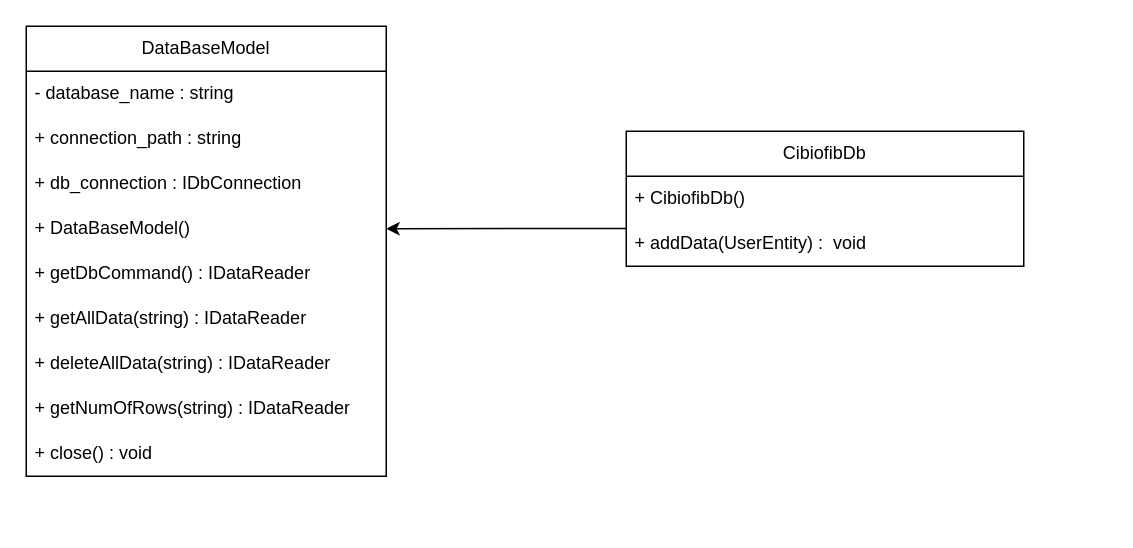
This is document/images/diagram-db.drawio from lcasan/Thesis, a draw.io file, before an edit. Source tidied: cells renumbered, new cells numbered last; positions are measured from the earlier drawing's top-left corner, leaving out a move shared by most shapes. Both pictures are drawn from the tidied source at 150%, with x=0, y=0 at pixel (26, 26).
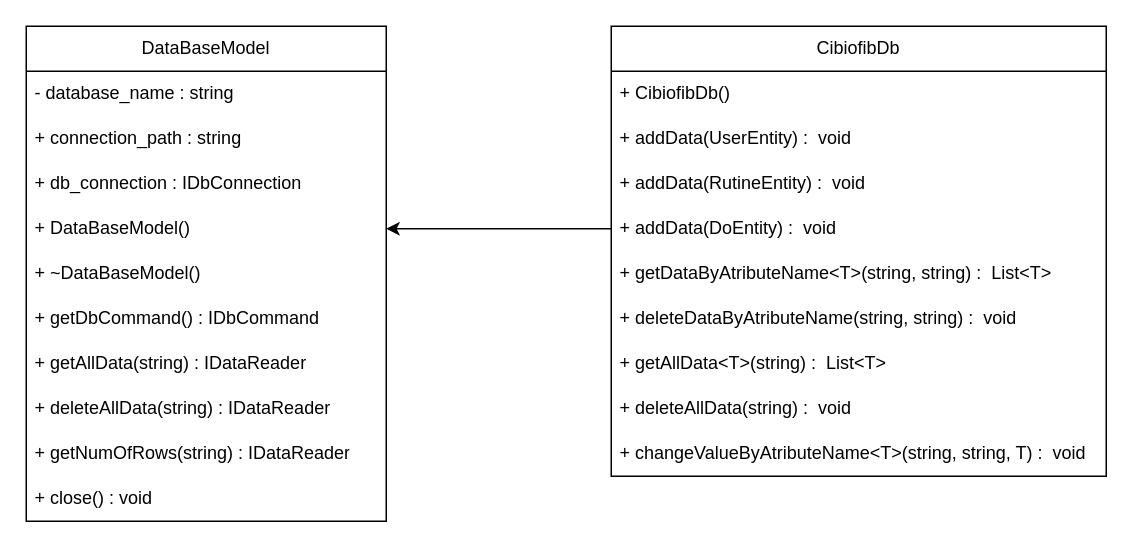
After the change.

The change refers to these unchanged cells:
```xml
<mxCell id="6" value="+ DataBaseModel()" style="text;strokeColor=none;fillColor=none;align=left;verticalAlign=middle;spacingLeft=4;spacingRight=4;overflow=hidden;points=[[0,0.5],[1,0.5]];portConstraint=eastwest;whiteSpace=wrap;html=1;" parent="2" vertex="1">
  <mxGeometry y="120" width="240" height="30" as="geometry" />
</mxCell>
```

Change to the diagram source:
```diff
@@
     <mxCell id="2" value="DataBaseModel" style="swimlane;fontStyle=0;horizontal=1;startSize=30;whiteSpace=wrap;html=1;" parent="1" vertex="1">
-      <mxGeometry width="240" height="300" as="geometry" />
+      <mxGeometry width="240" height="330" as="geometry" />
     </mxCell>
@@
+    <mxCell id="16" value="+ ~DataBaseModel()" style="text;strokeColor=none;fillColor=none;align=left;verticalAlign=middle;spacingLeft=4;spacingRight=4;overflow=hidden;whiteSpace=wrap;html=1;" parent="2" vertex="1">
+      <mxGeometry y="150" width="240" height="30" as="geometry" />
+    </mxCell>
-    <mxCell id="7" value="+ getDbCommand() : IDataReader" style="text;strokeColor=none;fillColor=none;align=left;verticalAlign=middle;spacingLeft=4;spacingRight=4;overflow=hidden;whiteSpace=wrap;html=1;" parent="2" vertex="1">
-      <mxGeometry y="150" width="240" height="30" as="geometry" />
+    <mxCell id="7" value="+ getDbCommand() : IDbCommand" style="text;strokeColor=none;fillColor=none;align=left;verticalAlign=middle;spacingLeft=4;spacingRight=4;overflow=hidden;whiteSpace=wrap;html=1;" parent="2" vertex="1">
+      <mxGeometry y="180" width="240" height="30" as="geometry" />
     </mxCell>
     <mxCell id="8" value="+ getAllData(string) : IDataReader" style="text;strokeColor=none;fillColor=none;align=left;verticalAlign=middle;spacingLeft=4;spacingRight=4;overflow=hidden;whiteSpace=wrap;html=1;" parent="2" vertex="1">
-      <mxGeometry y="180" width="240" height="30" as="geometry" />
+      <mxGeometry y="210" width="240" height="30" as="geometry" />
     </mxCell>
     <mxCell id="9" value="+ deleteAllData(string) : IDataReader" style="text;strokeColor=none;fillColor=none;align=left;verticalAlign=middle;spacingLeft=4;spacingRight=4;overflow=hidden;whiteSpace=wrap;html=1;" parent="2" vertex="1">
-      <mxGeometry y="210" width="240" height="30" as="geometry" />
+      <mxGeometry y="240" width="240" height="30" as="geometry" />
     </mxCell>
     <mxCell id="10" value="+ getNumOfRows(string) : IDataReader" style="text;strokeColor=none;fillColor=none;align=left;verticalAlign=middle;spacingLeft=4;spacingRight=4;overflow=hidden;whiteSpace=wrap;html=1;" parent="2" vertex="1">
-      <mxGeometry y="240" width="240" height="30" as="geometry" />
+      <mxGeometry y="270" width="240" height="30" as="geometry" />
     </mxCell>
     <mxCell id="11" value="+ close() : void" style="text;strokeColor=none;fillColor=none;align=left;verticalAlign=middle;spacingLeft=4;spacingRight=4;overflow=hidden;whiteSpace=wrap;html=1;" parent="2" vertex="1">
-      <mxGeometry y="270" width="240" height="30" as="geometry" />
+      <mxGeometry y="300" width="240" height="30" as="geometry" />
     </mxCell>
     <mxCell id="12" value="CibiofibDb" style="swimlane;fontStyle=0;horizontal=1;startSize=30;whiteSpace=wrap;html=1;rounded=0;fillColor=default;" parent="1" vertex="1">
-      <mxGeometry x="400" y="70" width="265" height="90" as="geometry" />
+      <mxGeometry x="390" width="330" height="300" as="geometry" />
     </mxCell>
     <mxCell id="13" value="+ CibiofibDb()" style="text;strokeColor=none;fillColor=none;align=left;verticalAlign=middle;spacingLeft=4;spacingRight=4;overflow=hidden;whiteSpace=wrap;html=1;rounded=0;" parent="12" vertex="1">
-      <mxGeometry y="30" width="265" height="30" as="geometry" />
+      <mxGeometry y="30" width="330" height="30" as="geometry" />
     </mxCell>
     <mxCell id="14" value="+ addData(UserEntity) :&amp;nbsp; void" style="text;strokeColor=none;fillColor=none;align=left;verticalAlign=middle;spacingLeft=4;spacingRight=4;overflow=hidden;points=[[0,0.5],[1,0.5]];portConstraint=eastwest;whiteSpace=wrap;html=1;rounded=0;" parent="12" vertex="1">
-      <mxGeometry y="60" width="265" height="30" as="geometry" />
+      <mxGeometry y="60" width="330" height="30" as="geometry" />
     </mxCell>
+    <mxCell id="17" value="+ addData(RutineEntity) :&amp;nbsp; void" style="text;strokeColor=none;fillColor=none;align=left;verticalAlign=middle;spacingLeft=4;spacingRight=4;overflow=hidden;whiteSpace=wrap;html=1;rounded=0;" parent="12" vertex="1">
+      <mxGeometry y="90" width="330" height="30" as="geometry" />
+    </mxCell>
+    <mxCell id="18" value="+ addData(DoEntity) :&amp;nbsp; void" style="text;strokeColor=none;fillColor=none;align=left;verticalAlign=middle;spacingLeft=4;spacingRight=4;overflow=hidden;points=[[0,0.5],[1,0.5]];portConstraint=eastwest;whiteSpace=wrap;html=1;rounded=0;" parent="12" vertex="1">
+      <mxGeometry y="120" width="330" height="30" as="geometry" />
+    </mxCell>
+    <mxCell id="19" value="+ getDataByAtributeName&amp;lt;T&amp;gt;(string, string) :&amp;nbsp; List&amp;lt;T&amp;gt;" style="text;strokeColor=none;fillColor=none;align=left;verticalAlign=middle;spacingLeft=4;spacingRight=4;overflow=hidden;whiteSpace=wrap;html=1;rounded=0;" parent="12" vertex="1">
+      <mxGeometry y="150" width="330" height="30" as="geometry" />
+    </mxCell>
+    <mxCell id="20" value="+ deleteDataByAtributeName(string, string) :&amp;nbsp; void" style="text;strokeColor=none;fillColor=none;align=left;verticalAlign=middle;spacingLeft=4;spacingRight=4;overflow=hidden;whiteSpace=wrap;html=1;rounded=0;" parent="12" vertex="1">
+      <mxGeometry y="180" width="330" height="30" as="geometry" />
+    </mxCell>
+    <mxCell id="21" value="+ getAllData&amp;lt;T&amp;gt;(string) :&amp;nbsp; List&amp;lt;T&amp;gt;" style="text;strokeColor=none;fillColor=none;align=left;verticalAlign=middle;spacingLeft=4;spacingRight=4;overflow=hidden;whiteSpace=wrap;html=1;rounded=0;" parent="12" vertex="1">
+      <mxGeometry y="210" width="330" height="30" as="geometry" />
+    </mxCell>
+    <mxCell id="22" value="+ deleteAllData(string) :&amp;nbsp; void" style="text;strokeColor=none;fillColor=none;align=left;verticalAlign=middle;spacingLeft=4;spacingRight=4;overflow=hidden;whiteSpace=wrap;html=1;rounded=0;" parent="12" vertex="1">
+      <mxGeometry y="240" width="330" height="30" as="geometry" />
+    </mxCell>
+    <mxCell id="23" value="+ changeValueByAtributeName&amp;lt;T&amp;gt;(string, string, T) :&amp;nbsp; void" style="text;strokeColor=none;fillColor=none;align=left;verticalAlign=middle;spacingLeft=4;spacingRight=4;overflow=hidden;whiteSpace=wrap;html=1;rounded=0;" parent="12" vertex="1">
+      <mxGeometry y="270" width="330" height="30" as="geometry" />
+    </mxCell>
-    <mxCell id="15" style="endArrow=classic;html=1;exitX=0.001;exitY=0.161;exitDx=0;exitDy=0;entryX=1;entryY=0.5;entryDx=0;entryDy=0;exitPerimeter=0;" parent="1" edge="1" source="14" target="6">
+    <mxCell id="15" style="endArrow=classic;html=1;exitX=0;exitY=0.5;exitDx=0;exitDy=0;entryX=1;entryY=0.5;entryDx=0;entryDy=0;" parent="1" edge="1" source="18" target="6">
       <mxGeometry relative="1" as="geometry" />
     </mxCell>
```
